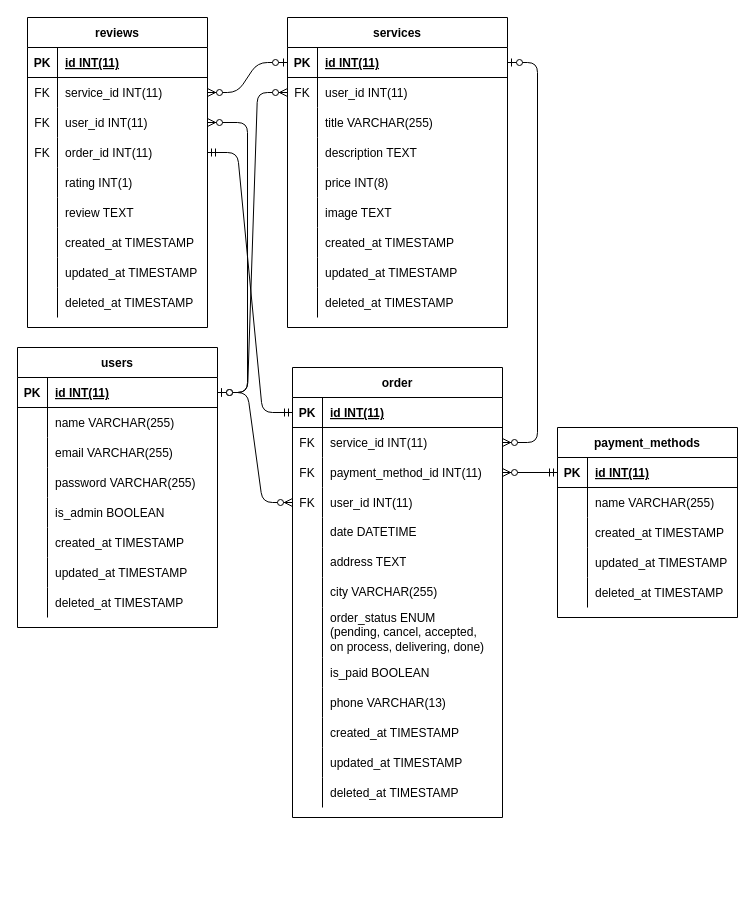
Before: ERD/erd.drawio in alta-shoes-and-care/BE, a draw.io diagram. Source tidied: cells renumbered, new cells numbered last; positions are measured from the earlier drawing's top-left corner, leaving out a move shared by most shapes. Both pictures are drawn from the tidied source at 100%, with x=0, y=0 at pixel (17, 17).
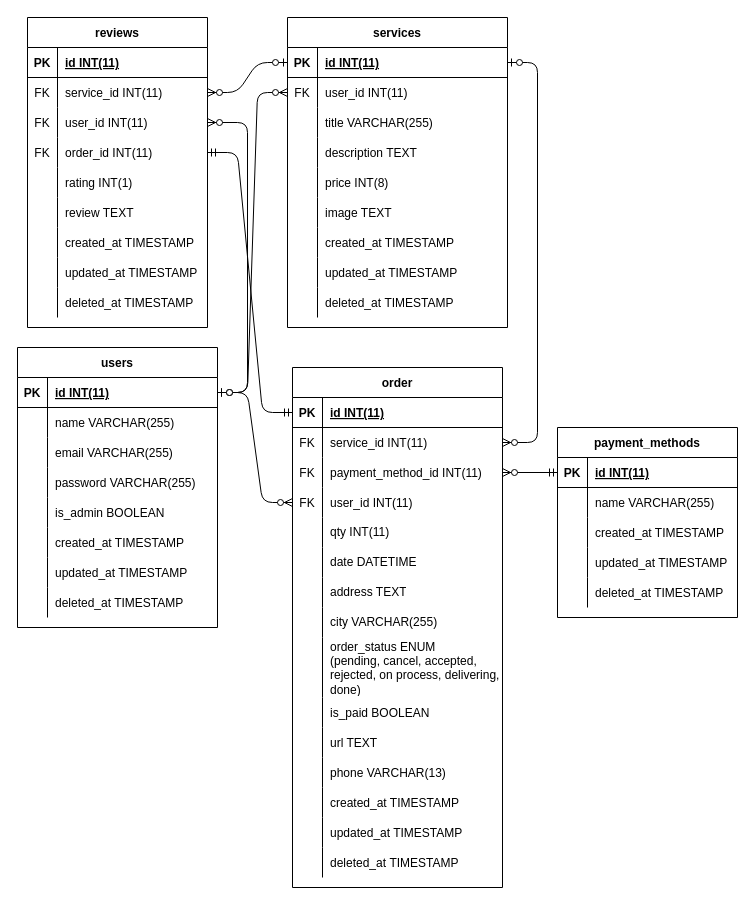
The same page after the edit.

What changed in the source:
```diff
@@
     <mxCell id="72" value="order" style="shape=table;startSize=30;childLayout=tableLayout;rowLines=0;fontStyle=1;align=center;" parent="1" vertex="1">
-      <mxGeometry x="275" y="350" width="210" height="450" as="geometry" />
+      <mxGeometry x="275" y="350" width="210" height="520" as="geometry" />
     </mxCell>
@@
+    <mxCell id="146" style="shape=tableRow;horizontal=0;startSize=0;swimlaneHead=0;swimlaneBody=0;fillColor=none;top=0;left=0;right=0;bottom=0;" parent="72" vertex="1">
+      <mxGeometry y="150" width="210" height="30" as="geometry" />
+    </mxCell>
+    <mxCell id="147" style="shape=partialRectangle;fillColor=none;top=0;left=0;bottom=0;right=0;overflow=hidden;" parent="146" vertex="1">
+      <mxGeometry width="30" height="30" as="geometry" />
+    </mxCell>
+    <mxCell id="148" value="qty INT(11)" style="shape=partialRectangle;fillColor=none;top=0;left=0;bottom=0;right=0;align=left;spacingLeft=6;overflow=hidden;whiteSpace=wrap;" parent="146" vertex="1">
+      <mxGeometry x="30" width="180" height="30" as="geometry" />
+    </mxCell>
     <mxCell id="85" style="shape=tableRow;horizontal=0;startSize=0;swimlaneHead=0;swimlaneBody=0;fillColor=none;top=0;left=0;right=0;bottom=0;" parent="72" vertex="1">
-      <mxGeometry y="150" width="210" height="30" as="geometry" />
+      <mxGeometry y="180" width="210" height="30" as="geometry" />
     </mxCell>
@@
     <mxCell id="88" style="shape=tableRow;horizontal=0;startSize=0;swimlaneHead=0;swimlaneBody=0;fillColor=none;top=0;left=0;right=0;bottom=0;" parent="72" vertex="1">
-      <mxGeometry y="180" width="210" height="30" as="geometry" />
+      <mxGeometry y="210" width="210" height="30" as="geometry" />
     </mxCell>
@@
     <mxCell id="91" style="shape=tableRow;horizontal=0;startSize=0;swimlaneHead=0;swimlaneBody=0;fillColor=none;top=0;left=0;right=0;bottom=0;" parent="72" vertex="1">
-      <mxGeometry y="210" width="210" height="30" as="geometry" />
+      <mxGeometry y="240" width="210" height="30" as="geometry" />
     </mxCell>
@@
     <mxCell id="94" style="shape=tableRow;horizontal=0;startSize=0;swimlaneHead=0;swimlaneBody=0;fillColor=none;top=0;left=0;right=0;bottom=0;" parent="72" vertex="1">
-      <mxGeometry y="240" width="210" height="50" as="geometry" />
+      <mxGeometry y="270" width="210" height="60" as="geometry" />
     </mxCell>
     <mxCell id="95" style="shape=partialRectangle;fillColor=none;top=0;left=0;bottom=0;right=0;overflow=hidden;" parent="94" vertex="1">
-      <mxGeometry width="30" height="50" as="geometry" />
+      <mxGeometry width="30" height="60" as="geometry" />
     </mxCell>
-    <mxCell id="96" value="order_status ENUM&#10;(pending, cancel, accepted,&#10;on process, delivering, done)" style="shape=partialRectangle;fillColor=none;top=0;left=0;bottom=0;right=0;align=left;spacingLeft=6;overflow=hidden;whiteSpace=wrap;" parent="94" vertex="1">
-      <mxGeometry x="30" width="180" height="50" as="geometry" />
+    <mxCell id="96" value="order_status ENUM&#10;(pending, cancel, accepted, rejected, on process, delivering, done)" style="shape=partialRectangle;fillColor=none;top=0;left=0;bottom=0;right=0;align=left;spacingLeft=6;overflow=hidden;whiteSpace=wrap;" parent="94" vertex="1">
+      <mxGeometry x="30" width="180" height="60" as="geometry" />
     </mxCell>
     <mxCell id="97" style="shape=tableRow;horizontal=0;startSize=0;swimlaneHead=0;swimlaneBody=0;fillColor=none;top=0;left=0;right=0;bottom=0;" parent="72" vertex="1">
-      <mxGeometry y="290" width="210" height="30" as="geometry" />
+      <mxGeometry y="330" width="210" height="30" as="geometry" />
     </mxCell>
@@
+    <mxCell id="149" style="shape=tableRow;horizontal=0;startSize=0;swimlaneHead=0;swimlaneBody=0;fillColor=none;top=0;left=0;right=0;bottom=0;" parent="72" vertex="1">
+      <mxGeometry y="360" width="210" height="30" as="geometry" />
+    </mxCell>
+    <mxCell id="150" style="shape=partialRectangle;fillColor=none;top=0;left=0;bottom=0;right=0;overflow=hidden;" parent="149" vertex="1">
+      <mxGeometry width="30" height="30" as="geometry" />
+    </mxCell>
+    <mxCell id="151" value="url TEXT" style="shape=partialRectangle;fillColor=none;top=0;left=0;bottom=0;right=0;align=left;spacingLeft=6;overflow=hidden;" parent="149" vertex="1">
+      <mxGeometry x="30" width="180" height="30" as="geometry" />
+    </mxCell>
     <mxCell id="100" style="shape=tableRow;horizontal=0;startSize=0;swimlaneHead=0;swimlaneBody=0;fillColor=none;top=0;left=0;right=0;bottom=0;" parent="72" vertex="1">
-      <mxGeometry y="320" width="210" height="30" as="geometry" />
+      <mxGeometry y="390" width="210" height="30" as="geometry" />
     </mxCell>
@@
     <mxCell id="103" style="shape=tableRow;horizontal=0;startSize=0;swimlaneHead=0;swimlaneBody=0;fillColor=none;top=0;left=0;right=0;bottom=0;" parent="72" vertex="1">
-      <mxGeometry y="350" width="210" height="30" as="geometry" />
+      <mxGeometry y="420" width="210" height="30" as="geometry" />
     </mxCell>
@@
     <mxCell id="106" style="shape=tableRow;horizontal=0;startSize=0;swimlaneHead=0;swimlaneBody=0;fillColor=none;top=0;left=0;right=0;bottom=0;" parent="72" vertex="1">
-      <mxGeometry y="380" width="210" height="30" as="geometry" />
+      <mxGeometry y="450" width="210" height="30" as="geometry" />
     </mxCell>
@@
     <mxCell id="109" style="shape=tableRow;horizontal=0;startSize=0;swimlaneHead=0;swimlaneBody=0;fillColor=none;top=0;left=0;right=0;bottom=0;" parent="72" vertex="1">
-      <mxGeometry y="410" width="210" height="30" as="geometry" />
+      <mxGeometry y="480" width="210" height="30" as="geometry" />
     </mxCell>
```
